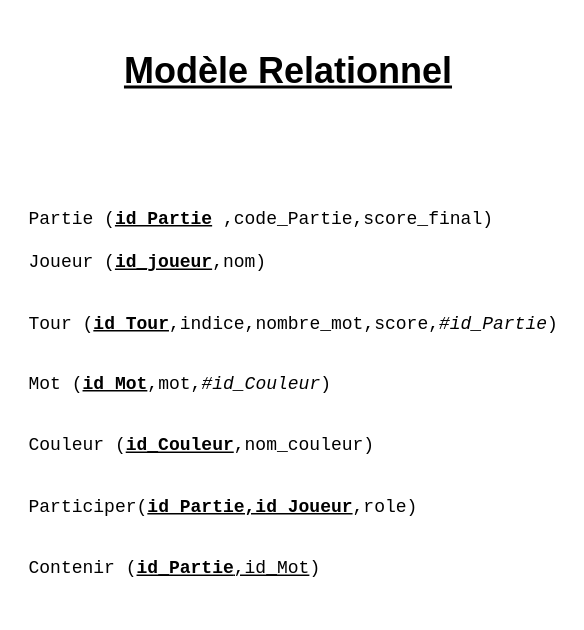
lixt28/Projet-Web keeps this draw.io diagram as BDDPolynames/modele_relationnel.drawio. Above is the earlier version. Source tidied: cells renumbered, new cells numbered last; positions are measured from the earlier drawing's top-left corner, leaving out a move shared by most shapes. Both pictures are drawn from the tidied source at 150%, with x=0, y=0 at pixel (26, 48).
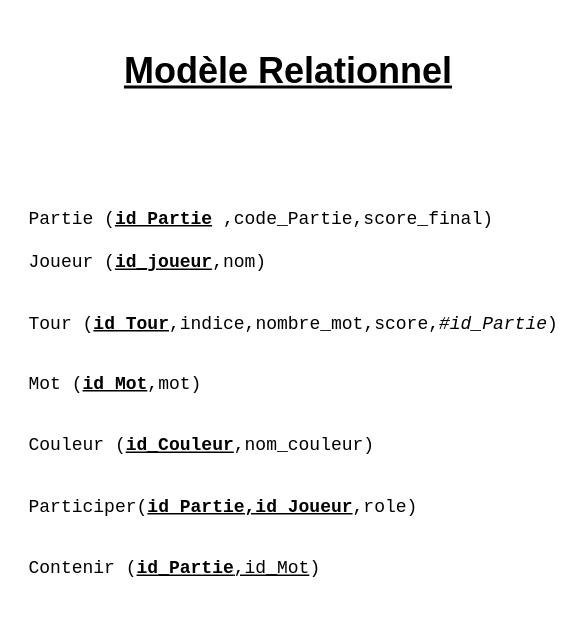
The same page after the edit.

Change to the diagram source:
```diff
@@
 <mxGraphModel>
   <root>
     <mxCell id="0" />
     <mxCell id="1" parent="0" />
-    <mxCell id="2" value="&lt;pre&gt;Partie (&lt;u&gt;&lt;b&gt;id_Partie&lt;/b&gt;&lt;/u&gt; ,code_Partie,score_final)&lt;br&gt;&lt;br&gt;Joueur (&lt;u&gt;&lt;b&gt;id_joueur&lt;/b&gt;&lt;/u&gt;,nom)&lt;/pre&gt;&lt;pre&gt;&lt;br&gt;Tour (&lt;u&gt;&lt;b&gt;id_Tour&lt;/b&gt;&lt;/u&gt;,indice,nombre_mot,score,&lt;i&gt;#id_Partie&lt;/i&gt;)&lt;/pre&gt;&lt;pre&gt;&lt;br&gt;Mot (&lt;u&gt;&lt;b&gt;id_Mot&lt;/b&gt;&lt;/u&gt;,mot,&lt;i&gt;#id_Couleur&lt;/i&gt;)&lt;/pre&gt;&lt;pre&gt;&lt;br&gt;Couleur (&lt;u&gt;&lt;b&gt;id_Couleur&lt;/b&gt;&lt;/u&gt;,nom_couleur)&lt;/pre&gt;&lt;pre&gt;&lt;br&gt;Participer(&lt;u&gt;&lt;b&gt;id_Partie,id_Joueur&lt;/b&gt;&lt;/u&gt;,role)&lt;/pre&gt;&lt;pre&gt;&lt;br&gt;Contenir (&lt;u&gt;&lt;b&gt;id_Partie&lt;/b&gt;,id_Mot&lt;/u&gt;)&lt;/pre&gt;" style="text;html=1;align=left;verticalAlign=middle;strokeColor=none;fillColor=none;" parent="1" vertex="1">
+    <mxCell id="2" value="&lt;pre&gt;Partie (&lt;u&gt;&lt;b&gt;id_Partie&lt;/b&gt;&lt;/u&gt; ,code_Partie,score_final)&lt;br&gt;&lt;br&gt;Joueur (&lt;u&gt;&lt;b&gt;id_joueur&lt;/b&gt;&lt;/u&gt;,nom)&lt;/pre&gt;&lt;pre&gt;&lt;br&gt;Tour (&lt;u&gt;&lt;b&gt;id_Tour&lt;/b&gt;&lt;/u&gt;,indice,nombre_mot,score,&lt;i&gt;#id_Partie&lt;/i&gt;)&lt;/pre&gt;&lt;pre&gt;&lt;br&gt;Mot (&lt;u&gt;&lt;b&gt;id_Mot&lt;/b&gt;&lt;/u&gt;,mot)&lt;/pre&gt;&lt;pre&gt;&lt;br&gt;Couleur (&lt;u&gt;&lt;b&gt;id_Couleur&lt;/b&gt;&lt;/u&gt;,nom_couleur)&lt;/pre&gt;&lt;pre&gt;&lt;br&gt;Participer(&lt;u&gt;&lt;b&gt;id_Partie,id_Joueur&lt;/b&gt;&lt;/u&gt;,role)&lt;/pre&gt;&lt;pre&gt;&lt;br&gt;Contenir (&lt;u&gt;&lt;b&gt;id_Partie&lt;/b&gt;,id_Mot&lt;/u&gt;)&lt;/pre&gt;" style="text;html=1;align=left;verticalAlign=middle;strokeColor=none;fillColor=none;" parent="1" vertex="1">
       <mxGeometry y="90" width="350" height="280" as="geometry" />
     </mxCell>
     <mxCell id="3" value="&lt;h1&gt;&lt;u&gt;Modèle Relationnel&lt;/u&gt;&lt;/h1&gt;" style="text;html=1;align=center;verticalAlign=middle;whiteSpace=wrap;rounded=0;" parent="1" vertex="1">
       <mxGeometry x="35" width="280" height="30" as="geometry" />
     </mxCell>
   </root>
 </mxGraphModel>
```
